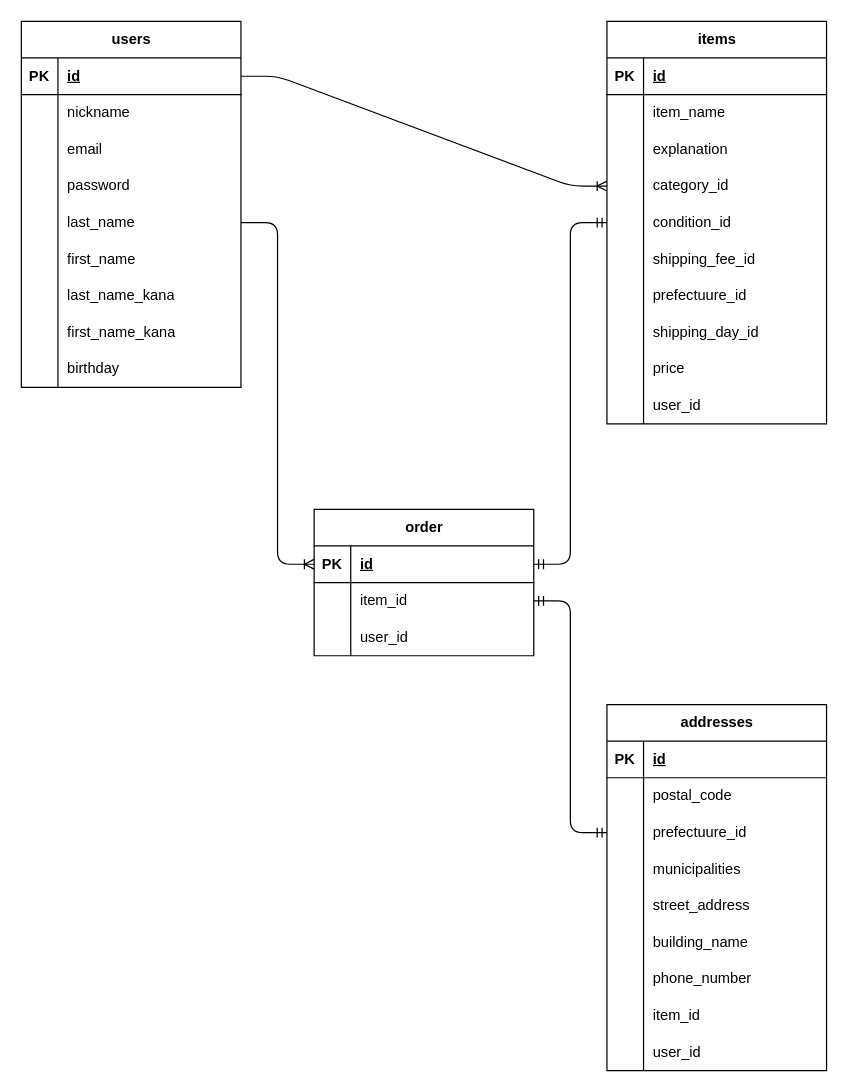
Before: test.dio in nekko-master/furima-46193, a draw.io diagram. Source tidied: cells renumbered, new cells numbered last; positions are measured from the earlier drawing's top-left corner, leaving out a move shared by most shapes. Both pictures are drawn from the tidied source at 122%, with x=0, y=0 at pixel (21, 21).
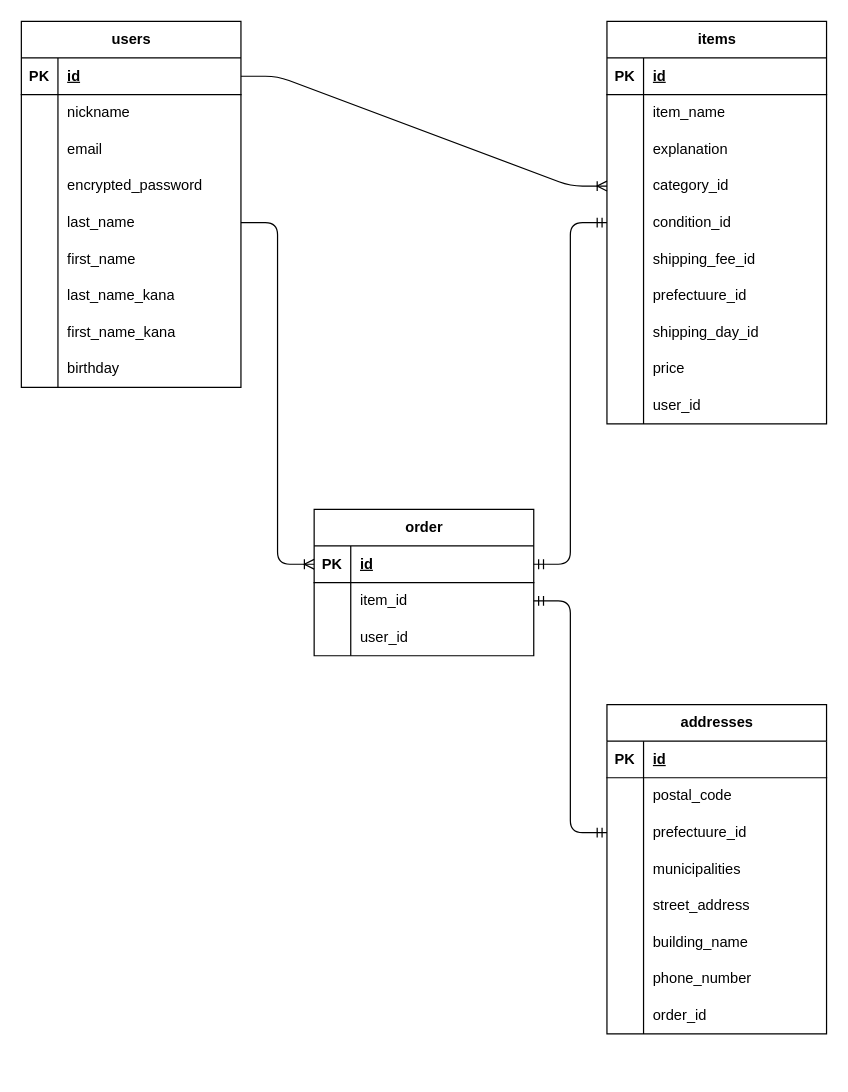
Above is the later version.

Commit message:
データベース設計_3回目修正

The change refers to these unchanged cells:
```xml
<mxCell id="12" style="shape=tableRow;horizontal=0;startSize=0;swimlaneHead=0;swimlaneBody=0;fillColor=none;top=0;left=0;right=0;bottom=0;" parent="2" vertex="1">
  <mxGeometry y="120" width="180" height="30" as="geometry" />
</mxCell>
<mxCell id="83" style="shape=tableRow;horizontal=0;startSize=0;swimlaneHead=0;swimlaneBody=0;fillColor=none;top=0;left=0;right=0;bottom=0;" parent="61" vertex="1">
  <mxGeometry y="240" width="180" height="30" as="geometry" />
</mxCell>
```

Change to the diagram source:
```diff
@@
-    <mxCell id="14" value="password" style="shape=partialRectangle;fillColor=none;top=0;left=0;bottom=0;right=0;align=left;spacingLeft=6;overflow=hidden;whiteSpace=wrap;html=1;" parent="12" vertex="1">
+    <mxCell id="14" value="encrypted_password" style="shape=partialRectangle;fillColor=none;top=0;left=0;bottom=0;right=0;align=left;spacingLeft=6;overflow=hidden;whiteSpace=wrap;html=1;" parent="12" vertex="1">
       <mxGeometry x="30" width="150" height="30" as="geometry" />
     </mxCell>
@@
     <mxCell id="61" value="addresses" style="shape=table;startSize=30;childLayout=tableLayout;rowLines=0;fontStyle=1;align=center;html=1;" parent="1" vertex="1">
-      <mxGeometry x="480" y="560" width="180" height="300" as="geometry" />
+      <mxGeometry x="480" y="560" width="180" height="270" as="geometry" />
     </mxCell>
@@
-    <mxCell id="85" value="item_id" style="shape=partialRectangle;fillColor=none;top=0;left=0;bottom=0;right=0;align=left;spacingLeft=6;overflow=hidden;whiteSpace=wrap;html=1;" parent="83" vertex="1">
+    <mxCell id="85" value="order_id" style="shape=partialRectangle;fillColor=none;top=0;left=0;bottom=0;right=0;align=left;spacingLeft=6;overflow=hidden;whiteSpace=wrap;html=1;" parent="83" vertex="1">
       <mxGeometry x="30" width="150" height="30" as="geometry" />
     </mxCell>
-    <mxCell id="86" style="shape=tableRow;horizontal=0;startSize=0;swimlaneHead=0;swimlaneBody=0;fillColor=none;top=0;left=0;right=0;bottom=0;" parent="61" vertex="1">
-      <mxGeometry y="270" width="180" height="30" as="geometry" />
-    </mxCell>
-    <mxCell id="87" style="shape=partialRectangle;fillColor=none;top=0;left=0;bottom=0;right=0;overflow=hidden;whiteSpace=wrap;html=1;" parent="86" vertex="1">
-      <mxGeometry width="30" height="30" as="geometry" />
-    </mxCell>
-    <mxCell id="88" value="user_id" style="shape=partialRectangle;fillColor=none;top=0;left=0;bottom=0;right=0;align=left;spacingLeft=6;overflow=hidden;whiteSpace=wrap;html=1;" parent="86" vertex="1">
-      <mxGeometry x="30" width="150" height="30" as="geometry" />
-    </mxCell>
```
